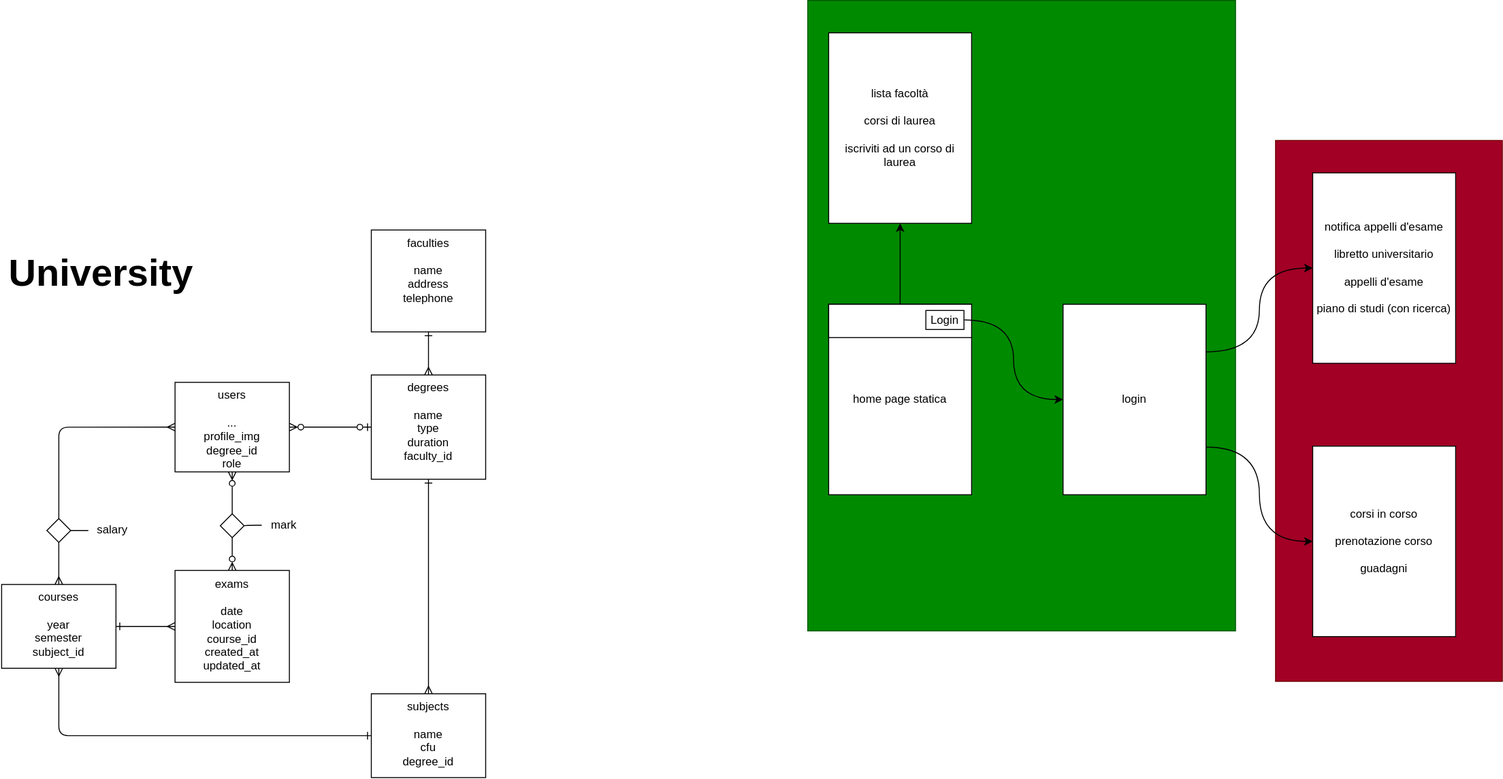
Before: S7L1-laravel-api/university.drawio.svg, a diagram exported from draw.io (henri-kapidani/IFOA0124). Source tidied: cells renumbered, new cells last; positions are measured from the earlier drawing's top-left corner, leaving out a move shared by most shapes.
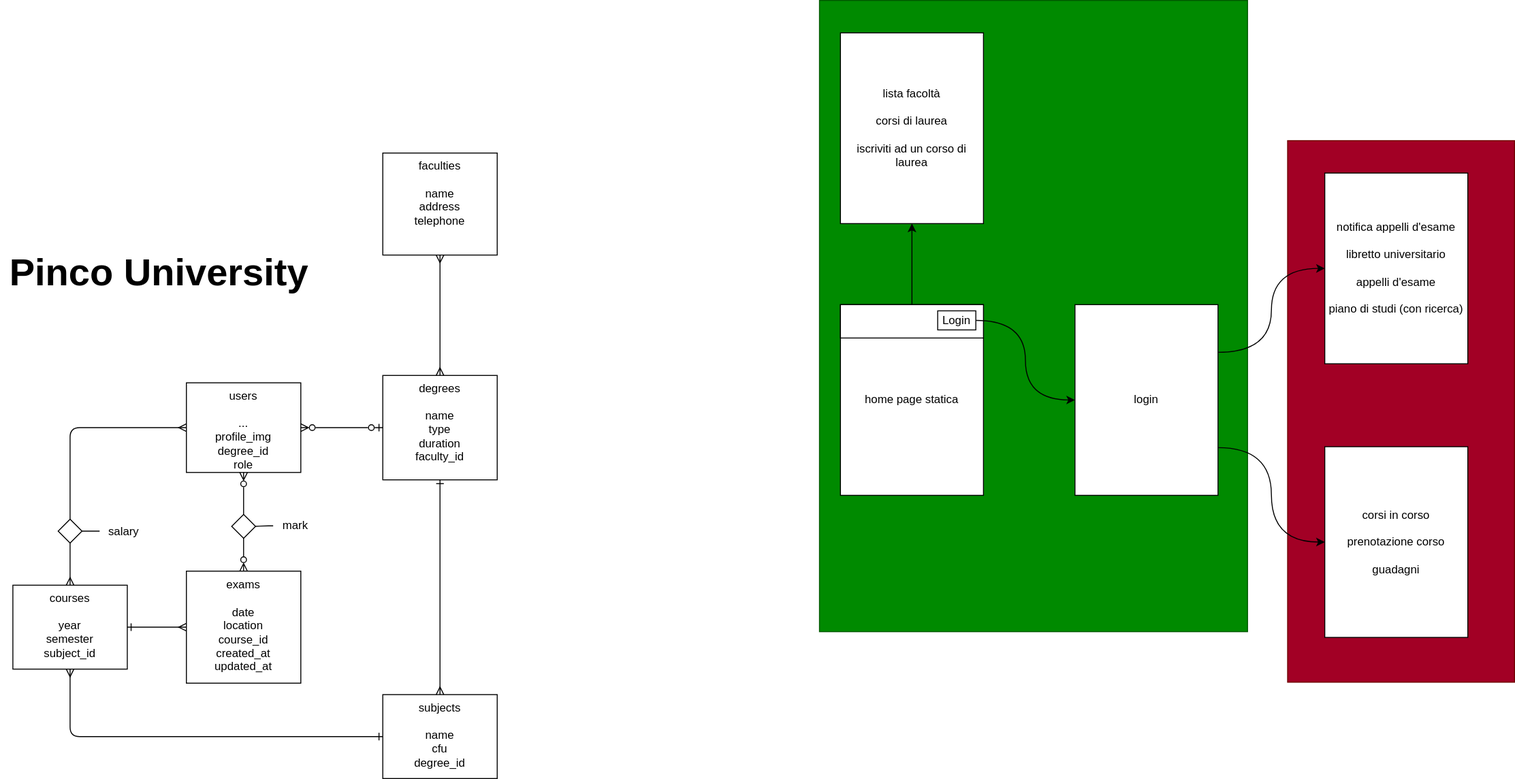
The same file after the commit.

Diff of the diagram source:
```diff
@@ -30,7 +30,7 @@
       <mxGeometry x="389" y="728" width="120" height="88" as="geometry" />
     </mxCell>
     <mxCell id="11" value="faculties&lt;br&gt;&lt;br&gt;name&lt;br&gt;address&lt;br&gt;telephone" style="whiteSpace=wrap;html=1;verticalAlign=top;" parent="1" vertex="1">
-      <mxGeometry x="389" y="241" width="120" height="107" as="geometry" />
+      <mxGeometry x="389" y="160" width="120" height="107" as="geometry" />
     </mxCell>
     <mxCell id="12" style="edgeStyle=none;html=1;endArrow=ERmany;endFill=0;verticalAlign=top;startArrow=ERone;startFill=0;" parent="1" edge="1" source="13" target="5">
       <mxGeometry relative="1" as="geometry" />
@@ -65,14 +65,14 @@
     <mxCell id="22" value="mark" style="text;html=1;align=center;verticalAlign=middle;points=[];strokeColor=none;fillColor=none;" parent="1" vertex="1">
       <mxGeometry x="274" y="538" width="45" height="26" as="geometry" />
     </mxCell>
-    <mxCell id="23" style="edgeStyle=orthogonalEdgeStyle;html=1;endArrow=ERmany;endFill=0;startArrow=ERone;startFill=0;exitX=0.5;exitY=1;exitDx=0;exitDy=0;" parent="1" edge="1" source="11" target="24">
+    <mxCell id="23" style="edgeStyle=orthogonalEdgeStyle;html=1;endArrow=ERmany;endFill=0;startArrow=ERmany;startFill=0;exitX=0.5;exitY=1;exitDx=0;exitDy=0;" parent="1" edge="1" source="11" target="24">
       <mxGeometry relative="1" as="geometry" />
     </mxCell>
     <mxCell id="24" value="degrees&lt;br&gt;&lt;br&gt;name&lt;br&gt;type&lt;br&gt;duration&lt;br&gt;faculty_id" style="whiteSpace=wrap;html=1;verticalAlign=top;" parent="1" vertex="1">
       <mxGeometry x="389" y="393.2" width="120" height="109.5" as="geometry" />
     </mxCell>
-    <mxCell id="25" value="University" style="text;html=1;align=center;verticalAlign=middle;strokeColor=none;fillColor=none;fontStyle=1;fontSize=40;" parent="1" vertex="1">
-      <mxGeometry y="255" width="211" height="60" as="geometry" />
+    <mxCell id="25" value="Pinco University" style="text;html=1;align=center;verticalAlign=middle;strokeColor=none;fillColor=none;fontStyle=1;fontSize=40;" parent="1" vertex="1">
+      <mxGeometry x="-12" y="254" width="331" height="60" as="geometry" />
     </mxCell>
     <mxCell id="26" value="home page statica" style="whiteSpace=wrap;html=1;fontSize=12;" parent="1" vertex="1">
       <mxGeometry x="869" y="319" width="150" height="200" as="geometry" />
```
